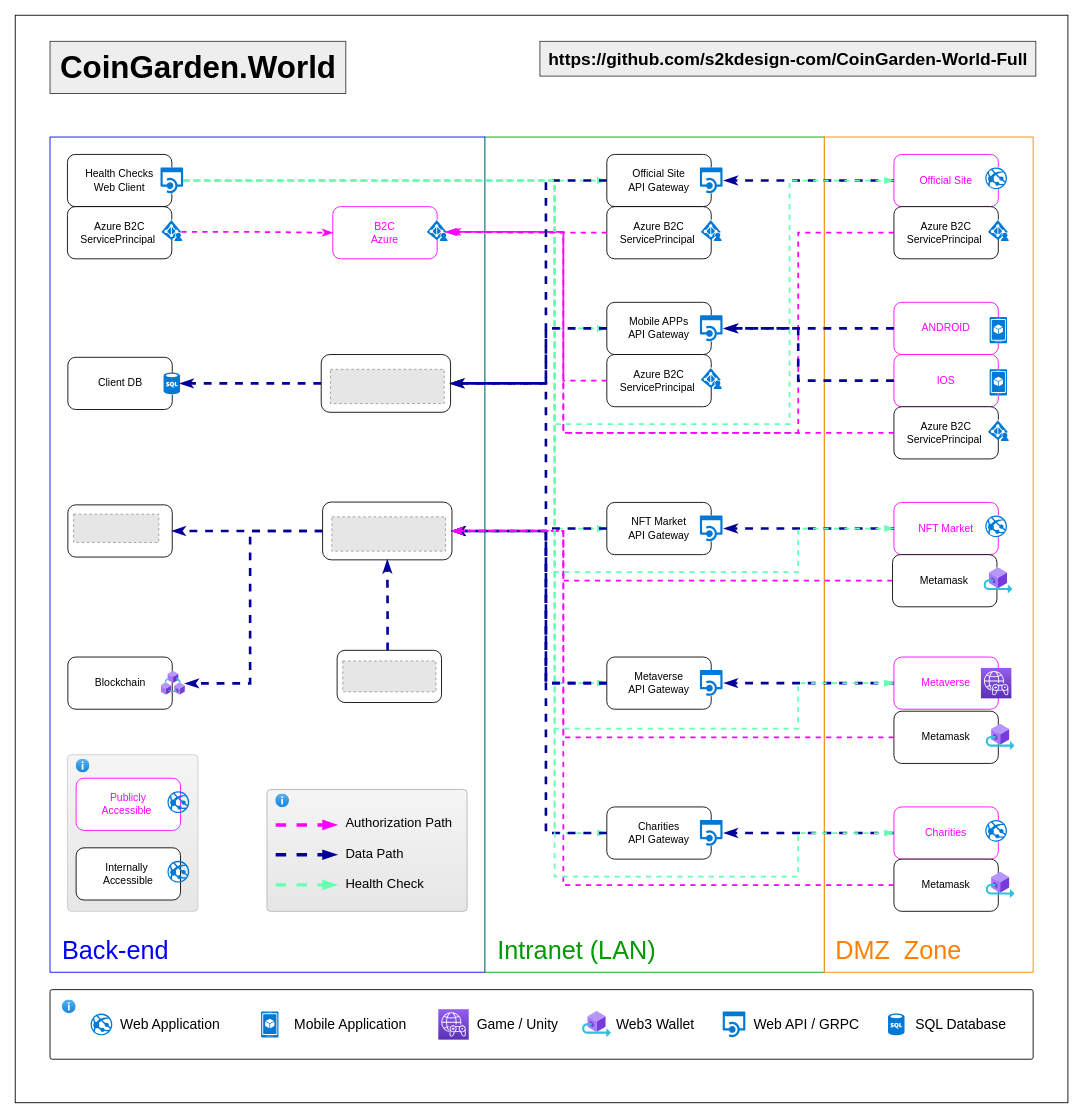
The draw.io diagram docs/infrastructure/InfrastructureDiagram.drawio in s2kdesign-com/CoinGarden-World-Full, before the edit. Source tidied: cells renumbered, new cells numbered last; positions are measured from the earlier drawing's top-left corner, leaving out a move shared by most shapes. Both pictures are drawn from the tidied source at 87%, with x=0, y=0 at pixel (15, 15). Pictures stored in the file or linked from it are replaced by grey dashed boxes.
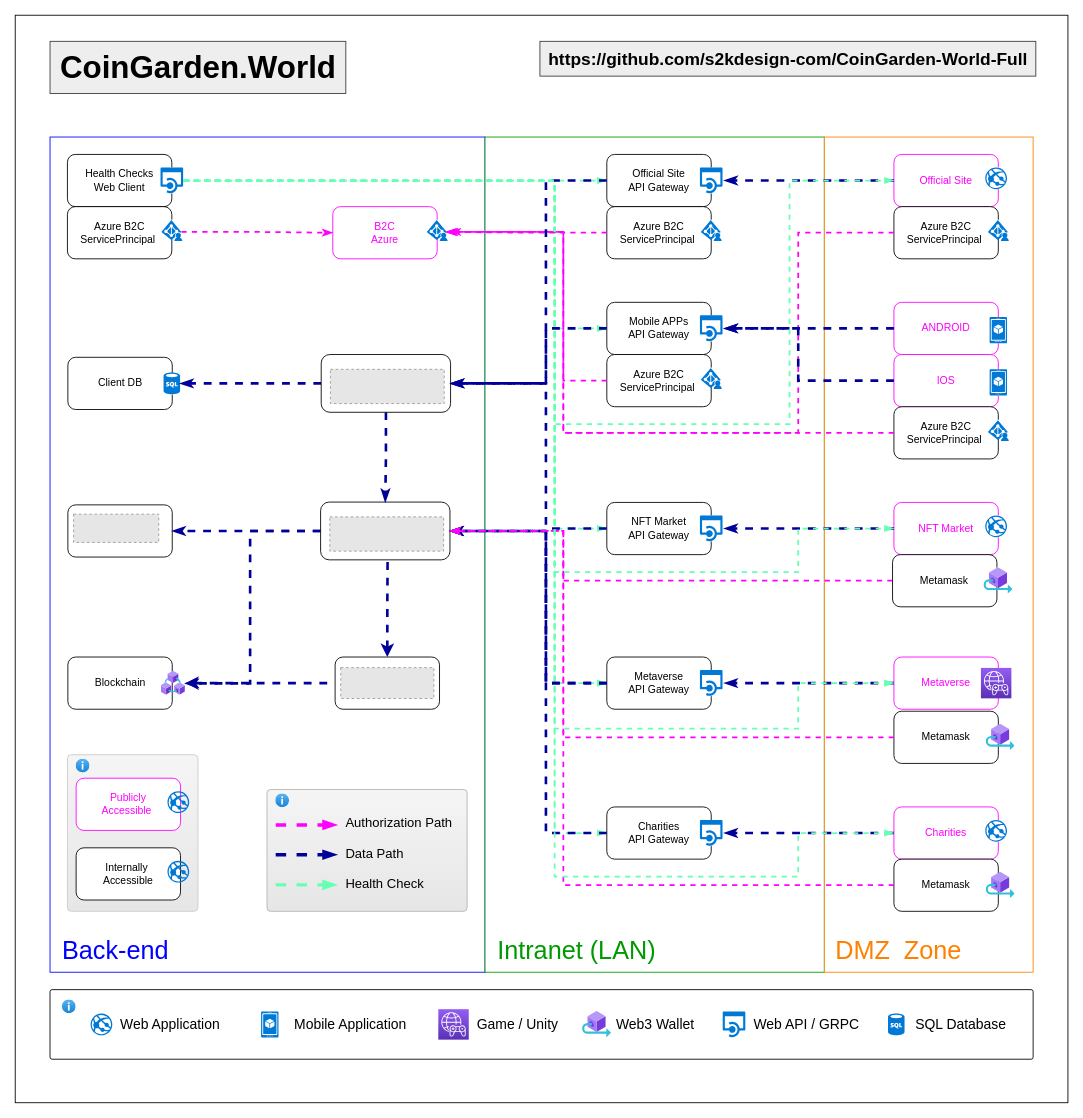
Above is the later version.

Commit message (it also covers changes not shown here):
Updated infrastructure diagram and documentation (only bulgarian)

Unchanged cells that the change refers to:
```xml
<mxCell id="45" style="html=1;points=[];align=center;image;fontSize=12;image=img/lib/azure2/blockchain/Azure_Blockchain_Service.svg;" parent="1" vertex="1">
  <mxGeometry x="167.5" y="753.7" width="28" height="28" as="geometry" />
</mxCell>
<mxCell id="46" style="group;" parent="1" vertex="1">
  <mxGeometry x="60" y="160" width="1110" height="870.2" as="geometry" />
</mxCell>
<mxCell id="148" value="&lt;span&gt;&lt;br&gt;&lt;/span&gt;" style="rounded=1;whiteSpace=wrap;html=1;fillColor=#FFFFFF;" parent="1" vertex="1">
  <mxGeometry x="351.7" y="390" width="148.7" height="66.4" as="geometry" />
</mxCell>
```

Change to the diagram source:
```diff
@@
+    <mxCell id="169" style="edgeStyle=orthogonalEdgeStyle;rounded=0;jettySize=auto;html=1;entryX=0;entryY=0.5;entryDx=0;entryDy=0;endArrow=none;fontSize=15;strokeColor=#000099;startArrow=classic;startFill=1;endFill=0;dashed=1;strokeWidth=3;" parent="1" edge="1" source="45" target="50">
+      <mxGeometry relative="1" as="geometry" />
+    </mxCell>
@@
     <mxCell id="50" value="&lt;span&gt;&lt;br&gt;&lt;/span&gt;" style="rounded=1;whiteSpace=wrap;html=1;fillColor=#FFFFFF;" parent="46" vertex="1">
-      <mxGeometry x="310" y="570" width="120" height="60" as="geometry" />
+      <mxGeometry x="307.7" y="577.7" width="120" height="60" as="geometry" />
     </mxCell>
     <mxCell id="51" style="fillColor=#E6E6E6;strokeColor=#999999;dashed=1;verticalLabelPosition=bottom;labelBackgroundColor=default;verticalAlign=top;" parent="46" vertex="1">
-      <mxGeometry x="316.5" y="582.2" width="107" height="35.5" as="geometry" />
+      <mxGeometry x="314.2" y="589.9" width="107" height="35.5" as="geometry" />
     </mxCell>
@@
     <mxCell id="107" value="&lt;span&gt;&lt;br&gt;&lt;/span&gt;" style="rounded=1;whiteSpace=wrap;html=1;fillColor=#FFFFFF;" parent="1" vertex="1">
-      <mxGeometry x="353.3" y="559.6" width="148.7" height="66.4" as="geometry" />
+      <mxGeometry x="351" y="559.6" width="148.7" height="66.4" as="geometry" />
     </mxCell>
     <mxCell id="108" style="fillColor=#E6E6E6;strokeColor=#999999;dashed=1;verticalLabelPosition=bottom;labelBackgroundColor=default;verticalAlign=top;" parent="1" vertex="1">
-      <mxGeometry x="363.9" y="576.6" width="130.8" height="39.4" as="geometry" />
+      <mxGeometry x="361.6" y="576.6" width="130.8" height="39.4" as="geometry" />
     </mxCell>
@@
+    <mxCell id="170" style="edgeStyle=orthogonalEdgeStyle;rounded=0;jettySize=auto;html=1;entryX=0.5;entryY=0;entryDx=0;entryDy=0;startArrow=none;startFill=0;endArrow=classicThin;endFill=1;fontSize=15;strokeColor=#000099;dashed=1;strokeWidth=3;" parent="1" edge="1" source="148" target="107">
+      <mxGeometry relative="1" as="geometry" />
+    </mxCell>
@@
-    <mxCell id="168" style="edgeStyle=orthogonalEdgeStyle;rounded=0;jettySize=auto;html=1;entryX=0.5;entryY=1;entryDx=0;entryDy=0;endArrow=classicThin;fontSize=15;strokeColor=#000099;startArrow=none;startFill=0;endFill=1;dashed=1;strokeWidth=3;" parent="1" edge="1" source="50" target="107">
+    <mxCell id="168" style="edgeStyle=orthogonalEdgeStyle;rounded=0;jettySize=auto;html=1;entryX=0.5;entryY=1;entryDx=0;entryDy=0;endArrow=none;fontSize=15;strokeColor=#000099;startArrow=classic;startFill=1;endFill=0;dashed=1;strokeWidth=3;" parent="1" edge="1" source="50" target="107">
       <mxGeometry relative="1" as="geometry">
         <Array as="points">
           <mxPoint x="428" y="678" />
           <mxPoint x="428" y="678" />
         </Array>
       </mxGeometry>
     </mxCell>
```
